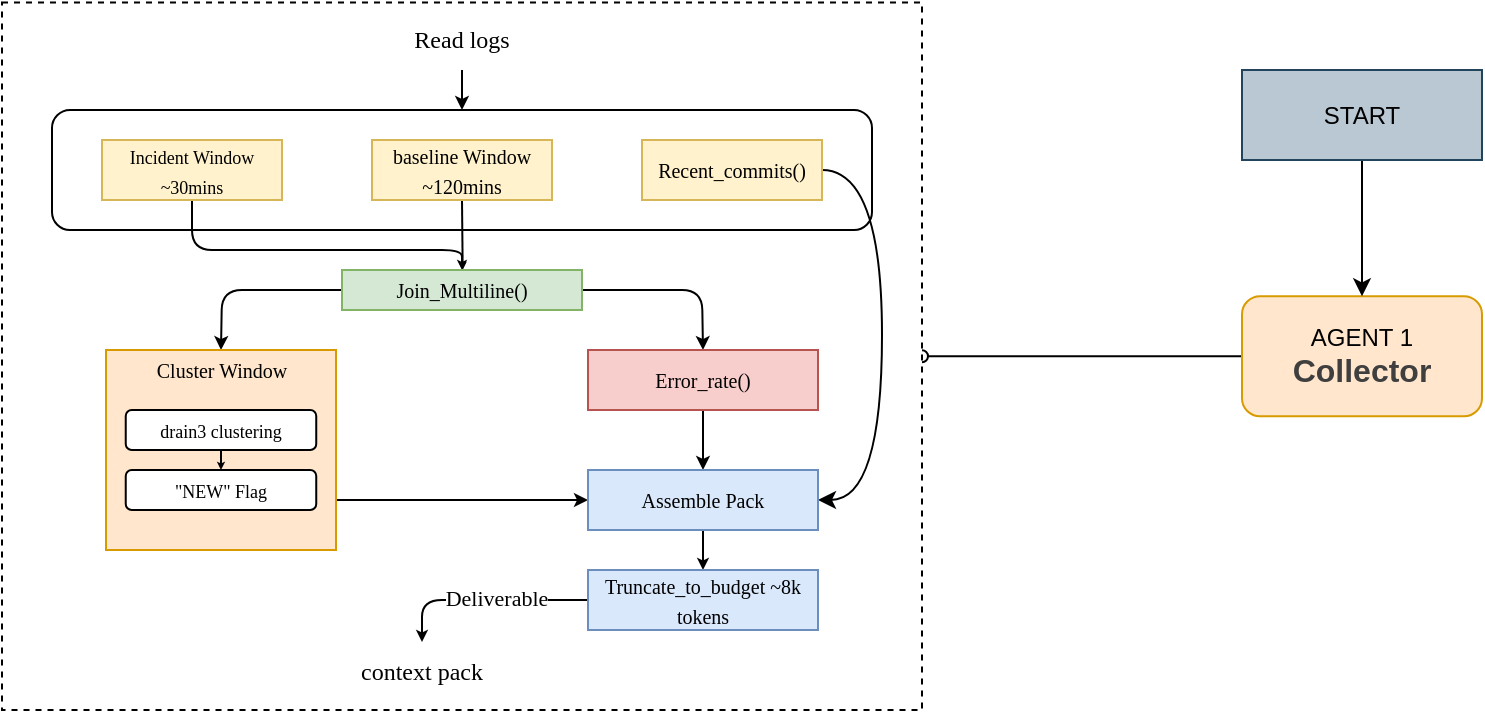
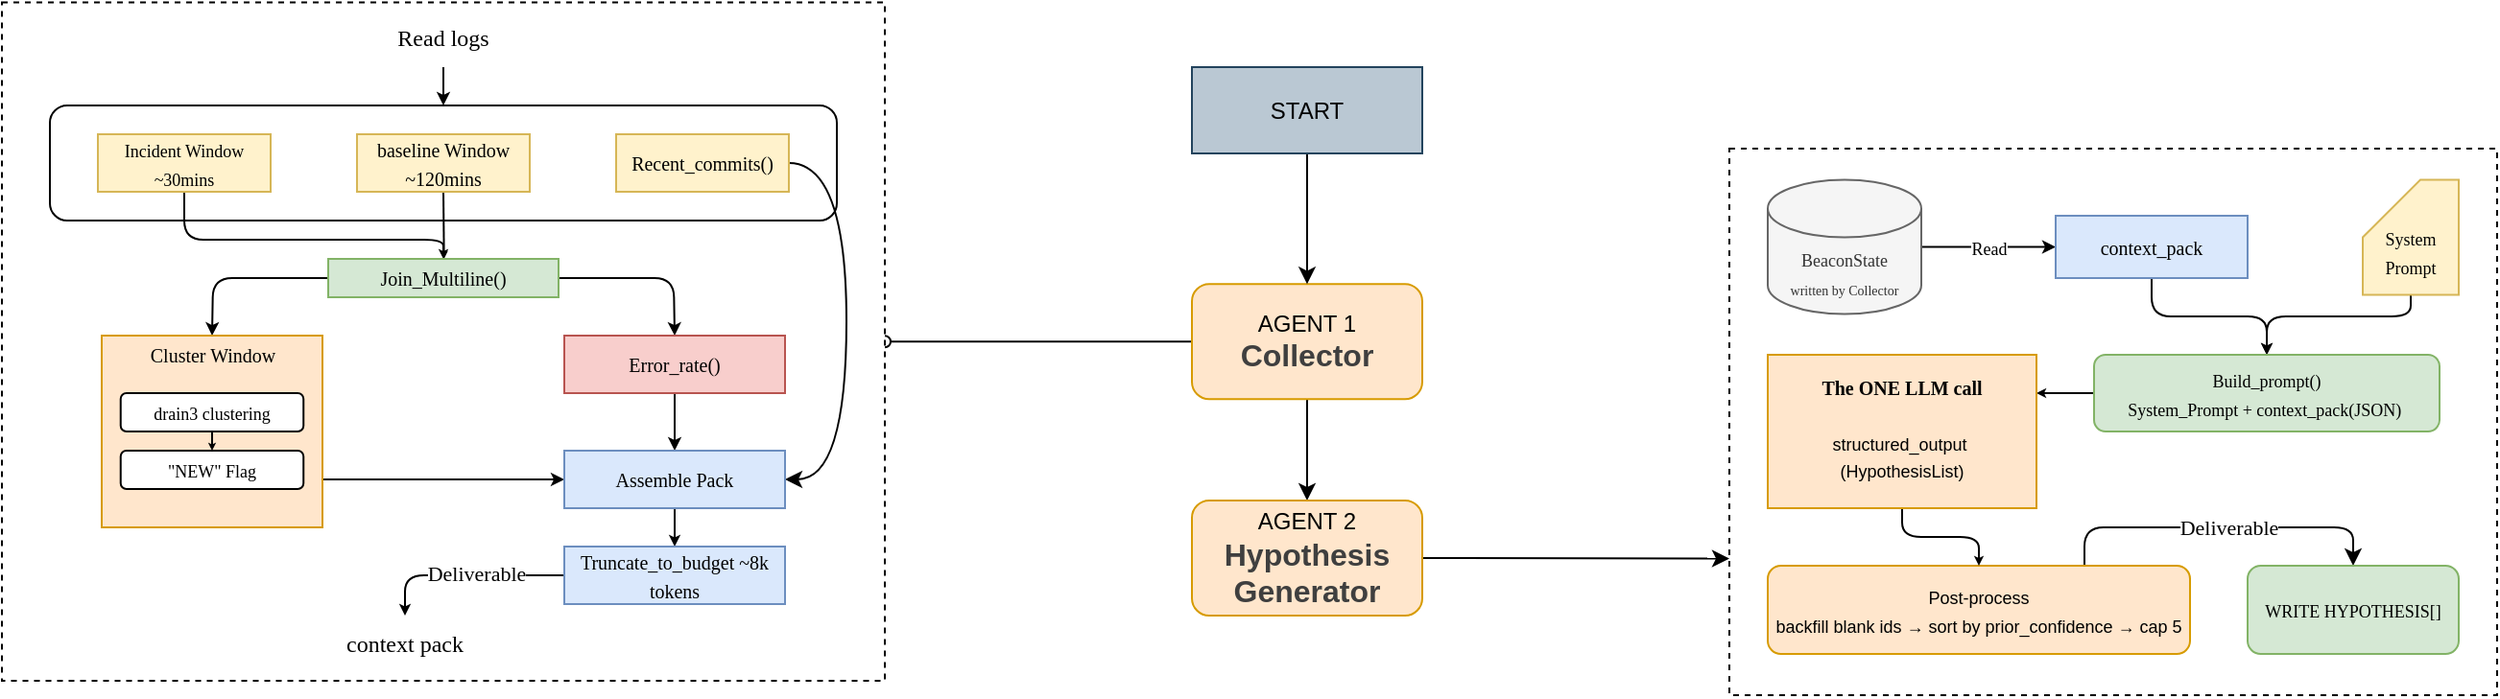
<mxfile host="65bd71144e">
    <diagram id="s2RbUL7ErOUHLLm747zd" name="Page-1">
-         <mxGraphModel dx="780" dy="493" grid="1" gridSize="10" guides="1" tooltips="1" connect="1" arrows="1" fold="1" page="1" pageScale="1" pageWidth="3300" pageHeight="4681" math="0" shadow="0">
+         <mxGraphModel dx="720" dy="455" grid="1" gridSize="10" guides="1" tooltips="1" connect="1" arrows="1" fold="1" page="1" pageScale="1" pageWidth="3300" pageHeight="4681" math="0" shadow="0">
            <root>
                <mxCell id="0"/>
                <mxCell id="1" parent="0"/>
-                 <mxCell id="5" style="html=1;exitX=0;exitY=0.5;exitDx=0;exitDy=0;entryX=1;entryY=0.5;entryDx=0;entryDy=0;endArrow=oval;endFill=0;elbow=vertical;" edge="1" parent="1" source="2" target="3">
-                     <mxGeometry relative="1" as="geometry"/>
-                 </mxCell>
-                 <mxCell id="2" value="AGENT 1&lt;div&gt;&lt;span style=&quot;color: rgb(63, 63, 63); background-color: transparent;&quot;&gt;&lt;font style=&quot;font-size: 16px;&quot;&gt;&lt;b&gt;Collector&lt;/b&gt;&lt;/font&gt;&lt;/span&gt;&lt;/div&gt;" style="rounded=1;whiteSpace=wrap;html=1;fillColor=#ffe6cc;strokeColor=#d79b00;" vertex="1" parent="1">
+                 <mxCell id="5" style="html=1;exitX=0;exitY=0.5;exitDx=0;exitDy=0;entryX=1;entryY=0.5;entryDx=0;entryDy=0;endArrow=oval;endFill=0;elbow=vertical;" parent="1" source="2" target="3" edge="1">
+                     <mxGeometry relative="1" as="geometry"/>
+                 </mxCell>
+                 <mxCell id="69" value="" style="edgeStyle=none;html=1;" parent="1" source="2" target="68" edge="1">
+                     <mxGeometry relative="1" as="geometry"/>
+                 </mxCell>
+                 <mxCell id="2" value="AGENT 1&lt;div&gt;&lt;span style=&quot;color: rgb(63, 63, 63); background-color: transparent;&quot;&gt;&lt;font style=&quot;font-size: 16px;&quot;&gt;&lt;b&gt;Collector&lt;/b&gt;&lt;/font&gt;&lt;/span&gt;&lt;/div&gt;" style="rounded=1;whiteSpace=wrap;html=1;fillColor=#ffe6cc;strokeColor=#d79b00;" parent="1" vertex="1">
                    <mxGeometry x="960" y="323.13" width="120" height="60" as="geometry"/>
                </mxCell>
-                 <mxCell id="3" value="" style="rounded=0;whiteSpace=wrap;html=1;dashed=1;" vertex="1" parent="1">
+                 <mxCell id="3" value="" style="rounded=0;whiteSpace=wrap;html=1;dashed=1;" parent="1" vertex="1">
                    <mxGeometry x="340" y="176.25" width="460" height="353.75" as="geometry"/>
                </mxCell>
-                 <mxCell id="29" value="" style="edgeStyle=none;html=1;" edge="1" parent="1" source="28" target="2">
-                     <mxGeometry relative="1" as="geometry"/>
-                 </mxCell>
-                 <mxCell id="28" value="START" style="rounded=0;whiteSpace=wrap;html=1;fillColor=#bac8d3;strokeColor=#23445d;" vertex="1" parent="1">
+                 <mxCell id="29" value="" style="edgeStyle=none;html=1;" parent="1" source="28" target="2" edge="1">
+                     <mxGeometry relative="1" as="geometry"/>
+                 </mxCell>
+                 <mxCell id="28" value="START" style="rounded=0;whiteSpace=wrap;html=1;fillColor=#bac8d3;strokeColor=#23445d;" parent="1" vertex="1">
                    <mxGeometry x="960" y="210" width="120" height="45" as="geometry"/>
                </mxCell>
-                 <mxCell id="34" value="" style="edgeStyle=none;html=1;endSize=4;" edge="1" parent="1" source="31" target="32">
-                     <mxGeometry relative="1" as="geometry"/>
-                 </mxCell>
-                 <mxCell id="31" value="Read logs" style="text;html=1;align=center;verticalAlign=middle;whiteSpace=wrap;rounded=0;fontFamily=Comic Sans MS;" vertex="1" parent="1">
+                 <mxCell id="34" value="" style="edgeStyle=none;html=1;endSize=4;" parent="1" source="31" target="32" edge="1">
+                     <mxGeometry relative="1" as="geometry"/>
+                 </mxCell>
+                 <mxCell id="31" value="Read logs" style="text;html=1;align=center;verticalAlign=middle;whiteSpace=wrap;rounded=0;fontFamily=Comic Sans MS;" parent="1" vertex="1">
                    <mxGeometry x="540" y="180" width="60" height="30" as="geometry"/>
                </mxCell>
-                 <mxCell id="32" value="" style="rounded=1;whiteSpace=wrap;html=1;fontFamily=Comic Sans MS;" vertex="1" parent="1">
+                 <mxCell id="32" value="" style="rounded=1;whiteSpace=wrap;html=1;fontFamily=Comic Sans MS;" parent="1" vertex="1">
                    <mxGeometry x="365" y="230" width="410" height="60" as="geometry"/>
                </mxCell>
-                 <mxCell id="59" style="edgeStyle=orthogonalEdgeStyle;html=1;exitX=0.5;exitY=1;exitDx=0;exitDy=0;entryX=0.5;entryY=0;entryDx=0;entryDy=0;endSize=2;" edge="1" parent="1" source="35" target="39">
+                 <mxCell id="59" style="edgeStyle=orthogonalEdgeStyle;html=1;exitX=0.5;exitY=1;exitDx=0;exitDy=0;entryX=0.5;entryY=0;entryDx=0;entryDy=0;endSize=2;" parent="1" source="35" target="39" edge="1">
                    <mxGeometry relative="1" as="geometry">
                        <Array as="points">
                            <mxPoint x="435" y="300"/>
                            <mxPoint x="570" y="300"/>
                        </Array>
                    </mxGeometry>
                </mxCell>
-                 <mxCell id="35" value="&lt;font style=&quot;font-size: 9px;&quot;&gt;Incident Window ~30mins&lt;/font&gt;" style="rounded=0;whiteSpace=wrap;html=1;fillColor=#fff2cc;strokeColor=#d6b656;fontFamily=Comic Sans MS;" vertex="1" parent="1">
+                 <mxCell id="35" value="&lt;font style=&quot;font-size: 9px;&quot;&gt;Incident Window ~30mins&lt;/font&gt;" style="rounded=0;whiteSpace=wrap;html=1;fillColor=#fff2cc;strokeColor=#d6b656;fontFamily=Comic Sans MS;" parent="1" vertex="1">
                    <mxGeometry x="390" y="245" width="90" height="30" as="geometry"/>
                </mxCell>
-                 <mxCell id="60" style="edgeStyle=none;html=1;exitX=0.5;exitY=1;exitDx=0;exitDy=0;strokeWidth=1;endSize=1;" edge="1" parent="1" source="36">
+                 <mxCell id="60" style="edgeStyle=none;html=1;exitX=0.5;exitY=1;exitDx=0;exitDy=0;strokeWidth=1;endSize=1;" parent="1" source="36" edge="1">
                    <mxGeometry relative="1" as="geometry">
                        <mxPoint x="570.3478260869567" y="310" as="targetPoint"/>
                    </mxGeometry>
                </mxCell>
-                 <mxCell id="36" value="&lt;font style=&quot;font-size: 10px;&quot;&gt;baseline Window ~120mins&lt;/font&gt;" style="rounded=0;whiteSpace=wrap;html=1;fillColor=#fff2cc;strokeColor=#d6b656;fontFamily=Comic Sans MS;" vertex="1" parent="1">
+                 <mxCell id="36" value="&lt;font style=&quot;font-size: 10px;&quot;&gt;baseline Window ~120mins&lt;/font&gt;" style="rounded=0;whiteSpace=wrap;html=1;fillColor=#fff2cc;strokeColor=#d6b656;fontFamily=Comic Sans MS;" parent="1" vertex="1">
                    <mxGeometry x="525" y="245" width="90" height="30" as="geometry"/>
                </mxCell>
-                 <mxCell id="57" style="edgeStyle=orthogonalEdgeStyle;html=1;exitX=1;exitY=0.5;exitDx=0;exitDy=0;entryX=1;entryY=0.5;entryDx=0;entryDy=0;curved=1;" edge="1" parent="1" source="38" target="51">
+                 <mxCell id="57" style="edgeStyle=orthogonalEdgeStyle;html=1;exitX=1;exitY=0.5;exitDx=0;exitDy=0;entryX=1;entryY=0.5;entryDx=0;entryDy=0;curved=1;" parent="1" source="38" target="51" edge="1">
                    <mxGeometry relative="1" as="geometry">
                        <Array as="points">
                            <mxPoint x="780" y="260"/>
                            <mxPoint x="780" y="425"/>
                        </Array>
                    </mxGeometry>
                </mxCell>
-                 <mxCell id="38" value="&lt;font style=&quot;font-size: 10px;&quot;&gt;Recent_commits()&lt;/font&gt;" style="rounded=0;whiteSpace=wrap;html=1;fillColor=#fff2cc;strokeColor=#d6b656;fontFamily=Comic Sans MS;" vertex="1" parent="1">
+                 <mxCell id="38" value="&lt;font style=&quot;font-size: 10px;&quot;&gt;Recent_commits()&lt;/font&gt;" style="rounded=0;whiteSpace=wrap;html=1;fillColor=#fff2cc;strokeColor=#d6b656;fontFamily=Comic Sans MS;" parent="1" vertex="1">
                    <mxGeometry x="660" y="245" width="90" height="30" as="geometry"/>
                </mxCell>
-                 <mxCell id="43" style="edgeStyle=none;html=1;exitX=0;exitY=0.5;exitDx=0;exitDy=0;entryX=0.5;entryY=0;entryDx=0;entryDy=0;endSize=4;strokeWidth=1;" edge="1" parent="1" source="39" target="41">
+                 <mxCell id="43" style="edgeStyle=none;html=1;exitX=0;exitY=0.5;exitDx=0;exitDy=0;entryX=0.5;entryY=0;entryDx=0;entryDy=0;endSize=4;strokeWidth=1;" parent="1" source="39" target="41" edge="1">
                    <mxGeometry relative="1" as="geometry">
                        <Array as="points">
                            <mxPoint x="450" y="320"/>
                        </Array>
                    </mxGeometry>
                </mxCell>
-                 <mxCell id="44" style="edgeStyle=none;html=1;exitX=1;exitY=0.5;exitDx=0;exitDy=0;entryX=0.5;entryY=0;entryDx=0;entryDy=0;endSize=4;" edge="1" parent="1" source="39" target="42">
+                 <mxCell id="44" style="edgeStyle=none;html=1;exitX=1;exitY=0.5;exitDx=0;exitDy=0;entryX=0.5;entryY=0;entryDx=0;entryDy=0;endSize=4;" parent="1" source="39" target="42" edge="1">
                    <mxGeometry relative="1" as="geometry">
                        <Array as="points">
                            <mxPoint x="690" y="320"/>
                        </Array>
                    </mxGeometry>
                </mxCell>
-                 <mxCell id="39" value="&lt;font style=&quot;font-size: 10px;&quot;&gt;Join_Multiline()&lt;/font&gt;" style="rounded=0;whiteSpace=wrap;html=1;fillColor=#d5e8d4;strokeColor=#82b366;fontFamily=Comic Sans MS;" vertex="1" parent="1">
+                 <mxCell id="39" value="&lt;font style=&quot;font-size: 10px;&quot;&gt;Join_Multiline()&lt;/font&gt;" style="rounded=0;whiteSpace=wrap;html=1;fillColor=#d5e8d4;strokeColor=#82b366;fontFamily=Comic Sans MS;" parent="1" vertex="1">
                    <mxGeometry x="510" y="310" width="120" height="20" as="geometry"/>
                </mxCell>
-                 <mxCell id="52" style="edgeStyle=none;html=1;exitX=1;exitY=0.75;exitDx=0;exitDy=0;entryX=0;entryY=0.5;entryDx=0;entryDy=0;endSize=4;" edge="1" parent="1" source="41" target="51">
-                     <mxGeometry relative="1" as="geometry"/>
-                 </mxCell>
-                 <mxCell id="41" value="" style="rounded=0;whiteSpace=wrap;html=1;fillColor=#ffe6cc;strokeColor=#d79b00;" vertex="1" parent="1">
+                 <mxCell id="52" style="edgeStyle=none;html=1;exitX=1;exitY=0.75;exitDx=0;exitDy=0;entryX=0;entryY=0.5;entryDx=0;entryDy=0;endSize=4;" parent="1" source="41" target="51" edge="1">
+                     <mxGeometry relative="1" as="geometry"/>
+                 </mxCell>
+                 <mxCell id="41" value="" style="rounded=0;whiteSpace=wrap;html=1;fillColor=#ffe6cc;strokeColor=#d79b00;" parent="1" vertex="1">
                    <mxGeometry x="392" y="350" width="115" height="100" as="geometry"/>
                </mxCell>
-                 <mxCell id="53" value="" style="edgeStyle=none;html=1;endSize=4;" edge="1" parent="1" source="42" target="51">
-                     <mxGeometry relative="1" as="geometry"/>
-                 </mxCell>
-                 <mxCell id="42" value="&lt;font style=&quot;font-size: 10px;&quot; face=&quot;Comic Sans MS&quot;&gt;Error_rate()&lt;/font&gt;" style="rounded=0;whiteSpace=wrap;html=1;fillColor=#f8cecc;strokeColor=#b85450;" vertex="1" parent="1">
+                 <mxCell id="53" value="" style="edgeStyle=none;html=1;endSize=4;" parent="1" source="42" target="51" edge="1">
+                     <mxGeometry relative="1" as="geometry"/>
+                 </mxCell>
+                 <mxCell id="42" value="&lt;font style=&quot;font-size: 10px;&quot; face=&quot;Comic Sans MS&quot;&gt;Error_rate()&lt;/font&gt;" style="rounded=0;whiteSpace=wrap;html=1;fillColor=#f8cecc;strokeColor=#b85450;" parent="1" vertex="1">
                    <mxGeometry x="633" y="350" width="115" height="30" as="geometry"/>
                </mxCell>
-                 <mxCell id="46" value="&lt;font face=&quot;Comic Sans MS&quot; style=&quot;font-size: 10px;&quot;&gt;Cluster Window&lt;/font&gt;" style="text;html=1;align=center;verticalAlign=middle;whiteSpace=wrap;rounded=0;" vertex="1" parent="1">
+                 <mxCell id="46" value="&lt;font face=&quot;Comic Sans MS&quot; style=&quot;font-size: 10px;&quot;&gt;Cluster Window&lt;/font&gt;" style="text;html=1;align=center;verticalAlign=middle;whiteSpace=wrap;rounded=0;" parent="1" vertex="1">
                    <mxGeometry x="404.75" y="350" width="89.5" height="20" as="geometry"/>
                </mxCell>
-                 <mxCell id="50" style="edgeStyle=none;html=1;exitX=0.5;exitY=1;exitDx=0;exitDy=0;entryX=0.5;entryY=0;entryDx=0;entryDy=0;endSize=1;" edge="1" parent="1" source="47" target="49">
-                     <mxGeometry relative="1" as="geometry"/>
-                 </mxCell>
-                 <mxCell id="47" value="&lt;font face=&quot;Comic Sans MS&quot; style=&quot;font-size: 9px;&quot;&gt;drain3 clustering&lt;/font&gt;" style="rounded=1;whiteSpace=wrap;html=1;" vertex="1" parent="1">
+                 <mxCell id="50" style="edgeStyle=none;html=1;exitX=0.5;exitY=1;exitDx=0;exitDy=0;entryX=0.5;entryY=0;entryDx=0;entryDy=0;endSize=1;" parent="1" source="47" target="49" edge="1">
+                     <mxGeometry relative="1" as="geometry"/>
+                 </mxCell>
+                 <mxCell id="47" value="&lt;font face=&quot;Comic Sans MS&quot; style=&quot;font-size: 9px;&quot;&gt;drain3 clustering&lt;/font&gt;" style="rounded=1;whiteSpace=wrap;html=1;" parent="1" vertex="1">
                    <mxGeometry x="401.87" y="380" width="95.25" height="20" as="geometry"/>
                </mxCell>
-                 <mxCell id="49" value="&lt;font style=&quot;font-size: 9px;&quot; face=&quot;Comic Sans MS&quot;&gt;&quot;NEW&quot; Flag&lt;/font&gt;" style="rounded=1;whiteSpace=wrap;html=1;" vertex="1" parent="1">
+                 <mxCell id="49" value="&lt;font style=&quot;font-size: 9px;&quot; face=&quot;Comic Sans MS&quot;&gt;&quot;NEW&quot; Flag&lt;/font&gt;" style="rounded=1;whiteSpace=wrap;html=1;" parent="1" vertex="1">
                    <mxGeometry x="401.87" y="410" width="95.25" height="20" as="geometry"/>
                </mxCell>
-                 <mxCell id="64" value="" style="edgeStyle=none;html=1;endSize=3;" edge="1" parent="1" source="51" target="63">
-                     <mxGeometry relative="1" as="geometry"/>
-                 </mxCell>
-                 <mxCell id="51" value="&lt;font face=&quot;Comic Sans MS&quot;&gt;&lt;span style=&quot;font-size: 10px;&quot;&gt;Assemble Pack&lt;/span&gt;&lt;/font&gt;" style="rounded=0;whiteSpace=wrap;html=1;fillColor=#dae8fc;strokeColor=#6c8ebf;" vertex="1" parent="1">
+                 <mxCell id="64" value="" style="edgeStyle=none;html=1;endSize=3;" parent="1" source="51" target="63" edge="1">
+                     <mxGeometry relative="1" as="geometry"/>
+                 </mxCell>
+                 <mxCell id="51" value="&lt;font face=&quot;Comic Sans MS&quot;&gt;&lt;span style=&quot;font-size: 10px;&quot;&gt;Assemble Pack&lt;/span&gt;&lt;/font&gt;" style="rounded=0;whiteSpace=wrap;html=1;fillColor=#dae8fc;strokeColor=#6c8ebf;" parent="1" vertex="1">
                    <mxGeometry x="633" y="410" width="115" height="30" as="geometry"/>
                </mxCell>
-                 <mxCell id="55" value="&lt;font face=&quot;Comic Sans MS&quot;&gt;context pack&lt;/font&gt;" style="text;html=1;align=center;verticalAlign=middle;whiteSpace=wrap;rounded=0;" vertex="1" parent="1">
+                 <mxCell id="55" value="&lt;font face=&quot;Comic Sans MS&quot;&gt;context pack&lt;/font&gt;" style="text;html=1;align=center;verticalAlign=middle;whiteSpace=wrap;rounded=0;" parent="1" vertex="1">
                    <mxGeometry x="475" y="496" width="150" height="30" as="geometry"/>
                </mxCell>
-                 <mxCell id="66" style="edgeStyle=none;html=1;exitX=0;exitY=0.5;exitDx=0;exitDy=0;entryX=0.5;entryY=0;entryDx=0;entryDy=0;endSize=3;" edge="1" parent="1" source="63" target="55">
+                 <mxCell id="66" style="edgeStyle=none;html=1;exitX=0;exitY=0.5;exitDx=0;exitDy=0;entryX=0.5;entryY=0;entryDx=0;entryDy=0;endSize=3;" parent="1" source="63" target="55" edge="1">
                    <mxGeometry relative="1" as="geometry">
                        <Array as="points">
                            <mxPoint x="550" y="475"/>
                        </Array>
                    </mxGeometry>
                </mxCell>
-                 <mxCell id="67" value="Deliverable" style="edgeLabel;html=1;align=center;verticalAlign=middle;resizable=0;points=[];fontFamily=Comic Sans MS;" vertex="1" connectable="0" parent="66">
+                 <mxCell id="67" value="Deliverable" style="edgeLabel;html=1;align=center;verticalAlign=middle;resizable=0;points=[];fontFamily=Comic Sans MS;" parent="66" vertex="1" connectable="0">
                    <mxGeometry x="-0.101" y="-1" relative="1" as="geometry">
                        <mxPoint as="offset"/>
                    </mxGeometry>
                </mxCell>
-                 <mxCell id="63" value="&lt;font face=&quot;Comic Sans MS&quot;&gt;&lt;span style=&quot;font-size: 10px;&quot;&gt;Truncate_to_budget ~8k tokens&lt;/span&gt;&lt;/font&gt;" style="rounded=0;whiteSpace=wrap;html=1;fillColor=#dae8fc;strokeColor=#6c8ebf;" vertex="1" parent="1">
+                 <mxCell id="63" value="&lt;font face=&quot;Comic Sans MS&quot;&gt;&lt;span style=&quot;font-size: 10px;&quot;&gt;Truncate_to_budget ~8k tokens&lt;/span&gt;&lt;/font&gt;" style="rounded=0;whiteSpace=wrap;html=1;fillColor=#dae8fc;strokeColor=#6c8ebf;" parent="1" vertex="1">
                    <mxGeometry x="633" y="460" width="115" height="30" as="geometry"/>
+                 </mxCell>
+                 <mxCell id="71" style="edgeStyle=none;html=1;exitX=1;exitY=0.5;exitDx=0;exitDy=0;entryX=0;entryY=0.75;entryDx=0;entryDy=0;" parent="1" source="68" target="70" edge="1">
+                     <mxGeometry relative="1" as="geometry"/>
+                 </mxCell>
+                 <mxCell id="68" value="AGENT 2&lt;div&gt;&lt;span style=&quot;color: rgb(63, 63, 63); background-color: transparent;&quot;&gt;&lt;font style=&quot;font-size: 16px;&quot;&gt;&lt;b&gt;Hypothesis&lt;/b&gt;&lt;/font&gt;&lt;/span&gt;&lt;/div&gt;&lt;div&gt;&lt;span style=&quot;color: rgb(63, 63, 63); background-color: transparent;&quot;&gt;&lt;font style=&quot;font-size: 16px;&quot;&gt;&lt;b&gt;Generator&lt;/b&gt;&lt;/font&gt;&lt;/span&gt;&lt;/div&gt;" style="rounded=1;whiteSpace=wrap;html=1;fillColor=#ffe6cc;strokeColor=#d79b00;" parent="1" vertex="1">
+                     <mxGeometry x="960" y="436" width="120" height="60" as="geometry"/>
+                 </mxCell>
+                 <mxCell id="70" value="" style="rounded=0;whiteSpace=wrap;html=1;dashed=1;" parent="1" vertex="1">
+                     <mxGeometry x="1240" y="252.5" width="400" height="285" as="geometry"/>
+                 </mxCell>
+                 <mxCell id="76" style="edgeStyle=none;html=1;exitX=1;exitY=0.5;exitDx=0;exitDy=0;exitPerimeter=0;endSize=4;" edge="1" parent="1" source="72" target="75">
+                     <mxGeometry relative="1" as="geometry"/>
+                 </mxCell>
+                 <mxCell id="77" value="&lt;font style=&quot;font-size: 9px;&quot; face=&quot;Comic Sans MS&quot;&gt;Read&lt;/font&gt;" style="edgeLabel;html=1;align=center;verticalAlign=middle;resizable=0;points=[];" vertex="1" connectable="0" parent="76">
+                     <mxGeometry x="-0.2481" y="1" relative="1" as="geometry">
+                         <mxPoint x="8" y="1" as="offset"/>
+                     </mxGeometry>
+                 </mxCell>
+                 <mxCell id="72" value="&lt;font style=&quot;font-size: 9px;&quot;&gt;BeaconState&lt;/font&gt;&lt;div&gt;&lt;font style=&quot;font-size: 7px;&quot;&gt;written by Collector&lt;/font&gt;&lt;/div&gt;" style="shape=cylinder3;whiteSpace=wrap;html=1;boundedLbl=1;backgroundOutline=1;size=15;fontFamily=Comic Sans MS;fillColor=#f5f5f5;fontColor=#333333;strokeColor=#666666;" vertex="1" parent="1">
+                     <mxGeometry x="1260" y="268.75" width="80" height="70" as="geometry"/>
+                 </mxCell>
+                 <mxCell id="91" style="edgeStyle=orthogonalEdgeStyle;html=1;exitX=0.5;exitY=1;exitDx=0;exitDy=0;entryX=0.5;entryY=0;entryDx=0;entryDy=0;endSize=3;" edge="1" parent="1" source="75" target="89">
+                     <mxGeometry relative="1" as="geometry"/>
+                 </mxCell>
+                 <mxCell id="75" value="&lt;font style=&quot;font-size: 10px;&quot; face=&quot;Comic Sans MS&quot;&gt;context_pack&lt;/font&gt;" style="rounded=0;whiteSpace=wrap;html=1;fillColor=#dae8fc;strokeColor=#6c8ebf;" vertex="1" parent="1">
+                     <mxGeometry x="1410" y="287.5" width="100" height="32.5" as="geometry"/>
+                 </mxCell>
+                 <mxCell id="92" style="edgeStyle=orthogonalEdgeStyle;html=1;exitX=0.5;exitY=1;exitDx=0;exitDy=0;exitPerimeter=0;endSize=3;entryX=0.5;entryY=0;entryDx=0;entryDy=0;" edge="1" parent="1" source="87" target="89">
+                     <mxGeometry relative="1" as="geometry">
+                         <mxPoint x="1500" y="374.0000000000001" as="targetPoint"/>
+                         <mxPoint x="1570" y="317.75" as="sourcePoint"/>
+                         <Array as="points">
+                             <mxPoint x="1595" y="340"/>
+                             <mxPoint x="1520" y="340"/>
+                         </Array>
+                     </mxGeometry>
+                 </mxCell>
+                 <mxCell id="87" value="&lt;div&gt;&lt;font face=&quot;Comic Sans MS&quot; style=&quot;font-size: 9px;&quot;&gt;&lt;br&gt;&lt;/font&gt;&lt;/div&gt;&lt;font face=&quot;Comic Sans MS&quot; style=&quot;font-size: 9px;&quot;&gt;System&lt;/font&gt;&lt;div&gt;&lt;font face=&quot;Comic Sans MS&quot; style=&quot;font-size: 9px;&quot;&gt;Prompt&lt;/font&gt;&lt;/div&gt;" style="shape=card;whiteSpace=wrap;html=1;fillColor=#fff2cc;strokeColor=#d6b656;" vertex="1" parent="1">
+                     <mxGeometry x="1570" y="268.75" width="50" height="60" as="geometry"/>
+                 </mxCell>
+                 <mxCell id="95" style="edgeStyle=none;html=1;exitX=0;exitY=0.5;exitDx=0;exitDy=0;entryX=1;entryY=0.25;entryDx=0;entryDy=0;endSize=2;" edge="1" parent="1" source="89" target="94">
+                     <mxGeometry relative="1" as="geometry"/>
+                 </mxCell>
+                 <mxCell id="89" value="&lt;font face=&quot;Comic Sans MS&quot; style=&quot;font-size: 9px;&quot;&gt;Build_prompt()&lt;/font&gt;&lt;div&gt;&lt;font face=&quot;Comic Sans MS&quot; style=&quot;font-size: 9px;&quot;&gt;System_Prompt + context_pack(JSON)&amp;nbsp;&lt;/font&gt;&lt;/div&gt;" style="rounded=1;whiteSpace=wrap;html=1;fillColor=#d5e8d4;strokeColor=#82b366;" vertex="1" parent="1">
+                     <mxGeometry x="1430" y="360" width="180" height="40" as="geometry"/>
+                 </mxCell>
+                 <mxCell id="99" style="edgeStyle=orthogonalEdgeStyle;html=1;exitX=0.75;exitY=0;exitDx=0;exitDy=0;entryX=0.5;entryY=0;entryDx=0;entryDy=0;" edge="1" parent="1" source="93" target="98">
+                     <mxGeometry relative="1" as="geometry">
+                         <Array as="points">
+                             <mxPoint x="1425" y="450"/>
+                             <mxPoint x="1565" y="450"/>
+                         </Array>
+                     </mxGeometry>
+                 </mxCell>
+                 <mxCell id="100" value="&lt;font face=&quot;Comic Sans MS&quot;&gt;Deliverable&lt;/font&gt;" style="edgeLabel;html=1;align=center;verticalAlign=middle;resizable=0;points=[];" vertex="1" connectable="0" parent="99">
+                     <mxGeometry x="-0.0787" y="1" relative="1" as="geometry">
+                         <mxPoint x="12" y="1" as="offset"/>
+                     </mxGeometry>
+                 </mxCell>
+                 <mxCell id="93" value="&lt;font style=&quot;font-size: 9px;&quot;&gt;Post-process&lt;br&gt;backfill blank ids  →  sort by prior_confidence  →  cap 5&lt;/font&gt;" style="rounded=1;whiteSpace=wrap;html=1;fillColor=#ffe6cc;strokeColor=#d79b00;fontSize=12;" vertex="1" parent="1">
+                     <mxGeometry x="1260" y="470" width="220" height="46" as="geometry"/>
+                 </mxCell>
+                 <mxCell id="96" value="" style="edgeStyle=orthogonalEdgeStyle;html=1;endSize=2;" edge="1" parent="1" source="94" target="93">
+                     <mxGeometry relative="1" as="geometry"/>
+                 </mxCell>
+                 <mxCell id="94" value="&lt;div&gt;&lt;span style=&quot;color: rgb(0, 0, 0); font-weight: 700;&quot;&gt;&lt;font face=&quot;Comic Sans MS&quot; style=&quot;font-size: 9px;&quot;&gt;&lt;br&gt;&lt;/font&gt;&lt;/span&gt;&lt;/div&gt;&lt;span style=&quot;color: rgb(0, 0, 0); font-weight: 700;&quot;&gt;&lt;font face=&quot;Comic Sans MS&quot; style=&quot;&quot;&gt;&lt;div style=&quot;font-size: 9px;&quot;&gt;&lt;span style=&quot;color: rgb(0, 0, 0); font-weight: 700;&quot;&gt;&lt;font face=&quot;Comic Sans MS&quot; style=&quot;font-size: 9px;&quot;&gt;&lt;br&gt;&lt;/font&gt;&lt;/span&gt;&lt;/div&gt;&lt;font style=&quot;font-size: 10px;&quot;&gt;The ONE LLM call&lt;/font&gt;&lt;/font&gt;&lt;/span&gt;&lt;div&gt;&lt;font style=&quot;font-size: 10px;&quot; face=&quot;Comic Sans MS&quot;&gt;&lt;b&gt;&lt;br&gt;&lt;/b&gt;&lt;/font&gt;&lt;/div&gt;&lt;div&gt;&lt;span style=&quot;color: rgb(0, 0, 0);&quot;&gt;&lt;font style=&quot;font-size: 9px;&quot;&gt;structured_output&amp;nbsp;&lt;/font&gt;&lt;/span&gt;&lt;/div&gt;&lt;div&gt;&lt;span style=&quot;font-size: 9px; background-color: transparent;&quot;&gt;(HypothesisList)&lt;/span&gt;&lt;/div&gt;&lt;div&gt;&lt;div&gt;&lt;span style=&quot;color: rgb(0, 0, 0); font-weight: 700;&quot;&gt;&lt;font face=&quot;Comic Sans MS&quot; style=&quot;font-size: 9px;&quot;&gt;&lt;br&gt;&lt;/font&gt;&lt;/span&gt;&lt;/div&gt;&lt;div&gt;&lt;span style=&quot;color: rgb(0, 0, 0); font-weight: 700;&quot;&gt;&lt;font face=&quot;Comic Sans MS&quot; style=&quot;font-size: 10px;&quot;&gt;&lt;br&gt;&lt;/font&gt;&lt;/span&gt;&lt;/div&gt;&lt;/div&gt;" style="rounded=0;whiteSpace=wrap;html=1;fillColor=#ffe6cc;strokeColor=#d79b00;" vertex="1" parent="1">
+                     <mxGeometry x="1260" y="360" width="140" height="80" as="geometry"/>
+                 </mxCell>
+                 <mxCell id="98" value="&lt;font face=&quot;Comic Sans MS&quot; style=&quot;font-size: 9px;&quot;&gt;WRITE HYPOTHESIS[]&lt;/font&gt;" style="rounded=1;whiteSpace=wrap;html=1;fillColor=#d5e8d4;strokeColor=#82b366;" vertex="1" parent="1">
+                     <mxGeometry x="1510" y="470" width="110" height="46" as="geometry"/>
                </mxCell>
            </root>
        </mxGraphModel>
    </diagram>
</mxfile>